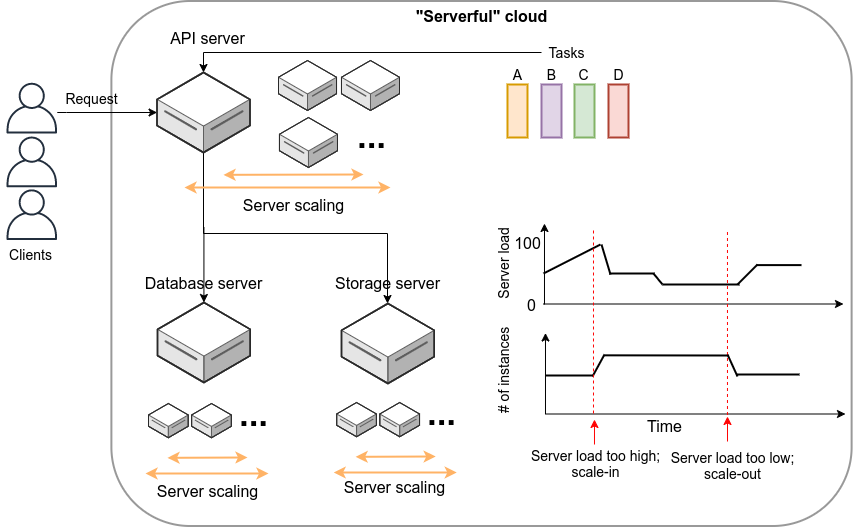
Before: book/imgs/serverful.png, a diagram exported from draw.io (sasaki-san/intro-aws). Source tidied: cells renumbered, new cells last; positions are measured from the earlier drawing's top-left corner, leaving out a move shared by most shapes.
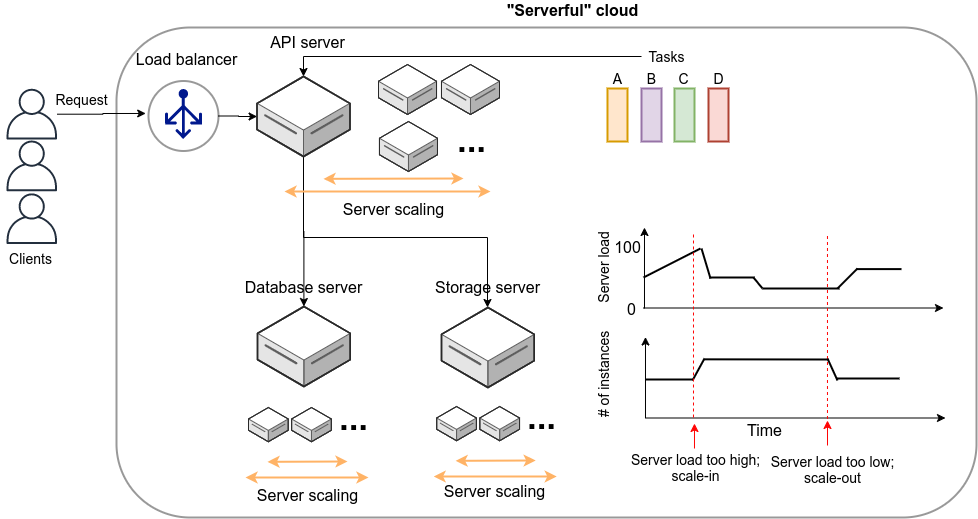
After the commit.

Diff of the diagram source:
```diff
@@ -3,10 +3,10 @@
     <mxCell id="0" />
     <mxCell id="1" parent="0" />
     <mxCell id="2" style="rounded=1;whiteSpace=wrap;html=1;strokeColor=#999999;strokeWidth=2;fillColor=none;fontSize=14;" parent="1" vertex="1">
-      <mxGeometry x="110.9" y="-0.5" width="740.2" height="525" as="geometry" />
+      <mxGeometry x="16" y="22" width="860" height="490" as="geometry" />
     </mxCell>
     <mxCell id="3" value="&quot;Serverful&quot; cloud" style="text;html=1;align=center;verticalAlign=middle;fontStyle=1;fontSize=16;" parent="1" vertex="1">
-      <mxGeometry x="406" y="5" width="150" height="20" as="geometry" />
+      <mxGeometry x="397" y="-5" width="150" height="20" as="geometry" />
     </mxCell>
     <mxCell id="4" style="verticalLabelPosition=bottom;html=1;verticalAlign=top;strokeWidth=1;align=center;dashed=0;shape=mxgraph.aws3d.dataServer;strokeColor=#5E5E5E;fontSize=16;" parent="1" vertex="1">
       <mxGeometry x="278" y="59" width="58" height="50" as="geometry" />
@@ -49,16 +49,11 @@
         <mxPoint x="184" y="186" as="targetPoint" />
       </mxGeometry>
     </mxCell>
-    <mxCell id="14" style="edgeStyle=orthogonalEdgeStyle;rounded=0;jettySize=auto;html=1;strokeWidth=1;fontSize=14;" parent="1" edge="1" source="15" target="10">
-      <mxGeometry relative="1" as="geometry">
-        <Array as="points">
-          <mxPoint x="66" y="111" />
-          <mxPoint x="66" y="111" />
-        </Array>
-      </mxGeometry>
-    </mxCell>
+    <mxCell id="76" style="edgeStyle=orthogonalEdgeStyle;rounded=0;jettySize=auto;html=1;entryX=-0.04;entryY=0.464;entryDx=0;entryDy=0;entryPerimeter=0;strokeColor=#000000;strokeWidth=1;fontSize=12;" parent="1" edge="1" source="15" target="80">
+      <mxGeometry relative="1" as="geometry" />
+    </mxCell>
     <mxCell id="15" style="outlineConnect=0;fontColor=#232F3E;gradientColor=none;fillColor=#232F3E;strokeColor=none;dashed=0;verticalLabelPosition=bottom;verticalAlign=top;align=center;html=1;fontSize=12;fontStyle=0;shape=mxgraph.aws4.user;" parent="1" vertex="1">
-      <mxGeometry x="6" y="81.2" width="50.8" height="50.8" as="geometry" />
+      <mxGeometry x="-94" y="83.2" width="50.8" height="50.8" as="geometry" />
     </mxCell>
     <mxCell id="16" value="Server scaling" style="text;html=1;align=center;verticalAlign=middle;fontSize=16;" parent="1" vertex="1">
       <mxGeometry x="233" y="194" width="120" height="20" as="geometry" />
@@ -238,7 +233,7 @@
       <mxGeometry x="525" y="442" width="140" height="40" as="geometry" />
     </mxCell>
     <mxCell id="52" style="fontColor=#232F3E;gradientColor=none;fillColor=#232F3E;strokeColor=none;dashed=0;verticalLabelPosition=bottom;verticalAlign=top;align=center;html=1;fontSize=12;fontStyle=0;shape=mxgraph.aws4.user;" parent="1" vertex="1">
-      <mxGeometry x="6" y="135" width="50.8" height="50.8" as="geometry" />
+      <mxGeometry x="-94" y="135" width="50.8" height="50.8" as="geometry" />
     </mxCell>
     <mxCell id="53" value="Server scaling" style="text;html=1;align=center;verticalAlign=middle;fontSize=16;" parent="1" vertex="1">
       <mxGeometry x="147" y="480" width="120" height="20" as="geometry" />
@@ -247,10 +242,10 @@
       <mxGeometry x="334.4" y="476" width="120" height="20" as="geometry" />
     </mxCell>
     <mxCell id="55" value="Clients" style="text;html=1;align=center;verticalAlign=middle;fontSize=14;" parent="1" vertex="1">
-      <mxGeometry y="243" width="60" height="20" as="geometry" />
+      <mxGeometry x="-100" y="243" width="60" height="20" as="geometry" />
     </mxCell>
     <mxCell id="56" style="fontColor=#232F3E;gradientColor=none;fillColor=#232F3E;strokeColor=none;dashed=0;verticalLabelPosition=bottom;verticalAlign=top;align=center;html=1;fontSize=12;fontStyle=0;shape=mxgraph.aws4.user;" parent="1" vertex="1">
-      <mxGeometry x="6" y="187.8" width="50.8" height="50.8" as="geometry" />
+      <mxGeometry x="-94" y="187.8" width="50.8" height="50.8" as="geometry" />
     </mxCell>
     <mxCell id="57" style="endArrow=classic;html=1;strokeColor=#FF0505;strokeWidth=1;fontSize=14;" parent="1" edge="1">
       <mxGeometry relative="1" as="geometry">
@@ -310,7 +305,25 @@
       <mxGeometry x="603" y="63" width="30" height="20" as="geometry" />
     </mxCell>
     <mxCell id="75" value="Request" style="text;html=1;align=center;verticalAlign=middle;fontSize=14;" parent="1" vertex="1">
-      <mxGeometry x="55.8" y="87" width="70" height="20" as="geometry" />
+      <mxGeometry x="-54" y="84" width="70" height="20" as="geometry" />
     </mxCell>
+    <mxCell id="77" value="Load balancer" style="text;html=1;align=center;verticalAlign=middle;fontSize=16;" parent="1" vertex="1">
+      <mxGeometry x="26" y="44" width="120" height="20" as="geometry" />
+    </mxCell>
+    <mxCell id="78" style="group;" parent="1" vertex="1">
+      <mxGeometry x="48" y="75.5" width="70" height="70" as="geometry" />
+    </mxCell>
+    <mxCell id="79" style="group;" parent="78" vertex="1">
+      <mxGeometry width="70" height="70" as="geometry" />
+    </mxCell>
+    <mxCell id="80" style="ellipse;whiteSpace=wrap;html=1;strokeColor=#999999;strokeWidth=2;fillColor=#ffffff;fontSize=12;" parent="79" vertex="1">
+      <mxGeometry width="70" height="70" as="geometry" />
+    </mxCell>
+    <mxCell id="81" style="shadow=0;dashed=0;html=1;strokeColor=none;labelPosition=center;verticalLabelPosition=bottom;verticalAlign=top;align=center;fillColor=#00188D;shape=mxgraph.azure.load_balancer_generic;fontSize=12;" parent="79" vertex="1">
+      <mxGeometry x="16.5" y="8" width="37" height="50" as="geometry" />
+    </mxCell>
+    <mxCell id="82" style="edgeStyle=orthogonalEdgeStyle;rounded=0;jettySize=auto;html=1;strokeColor=#000000;strokeWidth=1;fontSize=12;" parent="1" edge="1" source="80" target="10">
+      <mxGeometry relative="1" as="geometry" />
+    </mxCell>
   </root>
 </mxGraphModel>
```
